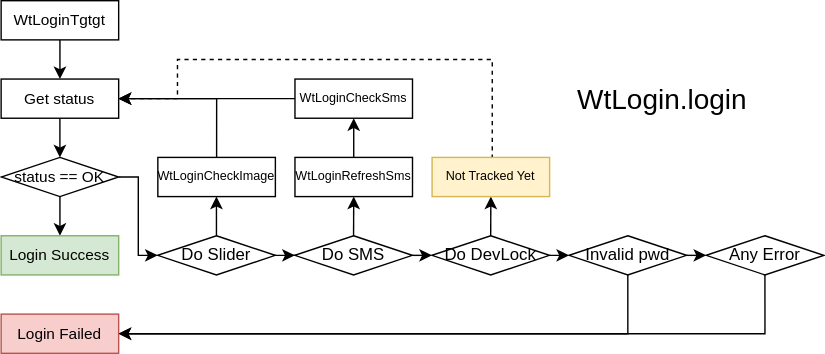
Earlier version of the draw.io export Blueprint/wtlogin.login.svg (KonataDev/Konata.Core). Source tidied: cells renumbered, new cells last; positions are measured from the earlier drawing's top-left corner, leaving out a move shared by most shapes. Its diagram source:
```xml
<mxGraphModel>
  <root>
    <mxCell id="0" />
    <mxCell id="1" parent="0" />
    <mxCell id="2" style="edgeStyle=orthogonalEdgeStyle;rounded=0;jettySize=auto;html=1;" parent="1" edge="1" source="3" target="10">
      <mxGeometry relative="1" as="geometry" />
    </mxCell>
    <mxCell id="3" value="WtLoginTgtgt" style="rounded=0;whiteSpace=wrap;html=1;fontSize=11;" parent="1" vertex="1">
      <mxGeometry width="84" height="28" as="geometry" />
    </mxCell>
    <mxCell id="4" style="edgeStyle=orthogonalEdgeStyle;rounded=0;jettySize=auto;html=1;exitX=0.5;exitY=0;exitDx=0;exitDy=0;entryX=1;entryY=0.5;entryDx=0;entryDy=0;fontSize=9;" parent="1" edge="1" source="5" target="10">
      <mxGeometry relative="1" as="geometry" />
    </mxCell>
    <mxCell id="5" value="WtLoginCheckImage" style="rounded=0;whiteSpace=wrap;html=1;fontSize=9;" parent="1" vertex="1">
      <mxGeometry x="112" y="112" width="84" height="28" as="geometry" />
    </mxCell>
    <mxCell id="6" style="edgeStyle=orthogonalEdgeStyle;rounded=0;jettySize=auto;html=1;" parent="1" edge="1" source="8" target="20">
      <mxGeometry relative="1" as="geometry" />
    </mxCell>
    <mxCell id="7" style="edgeStyle=orthogonalEdgeStyle;rounded=0;jettySize=auto;html=1;exitX=1;exitY=0.5;exitDx=0;exitDy=0;entryX=0;entryY=0.5;entryDx=0;entryDy=0;" parent="1" edge="1" source="8" target="13">
      <mxGeometry relative="1" as="geometry">
        <Array as="points">
          <mxPoint x="98" y="126" />
          <mxPoint x="98" y="182" />
        </Array>
      </mxGeometry>
    </mxCell>
    <mxCell id="8" value="status == OK" style="rhombus;whiteSpace=wrap;html=1;rounded=0;fontSize=11;" parent="1" vertex="1">
      <mxGeometry y="112" width="84" height="28" as="geometry" />
    </mxCell>
    <mxCell id="9" style="edgeStyle=orthogonalEdgeStyle;rounded=0;jettySize=auto;html=1;exitX=0.5;exitY=1;exitDx=0;exitDy=0;entryX=0.5;entryY=0;entryDx=0;entryDy=0;" parent="1" edge="1" source="10" target="8">
      <mxGeometry relative="1" as="geometry" />
    </mxCell>
    <mxCell id="10" value="Get status" style="rounded=0;whiteSpace=wrap;html=1;fontSize=11;" parent="1" vertex="1">
      <mxGeometry y="56" width="84" height="28" as="geometry" />
    </mxCell>
    <mxCell id="11" style="edgeStyle=orthogonalEdgeStyle;rounded=0;jettySize=auto;html=1;exitX=1;exitY=0.5;exitDx=0;exitDy=0;fontSize=11;" parent="1" edge="1" source="13" target="31">
      <mxGeometry relative="1" as="geometry" />
    </mxCell>
    <mxCell id="12" style="edgeStyle=orthogonalEdgeStyle;rounded=0;jettySize=auto;html=1;exitX=0.5;exitY=0;exitDx=0;exitDy=0;" parent="1" edge="1" source="13">
      <mxGeometry relative="1" as="geometry">
        <mxPoint x="153.9" y="140" as="targetPoint" />
      </mxGeometry>
    </mxCell>
    <mxCell id="13" value="Do Slider" style="rhombus;whiteSpace=wrap;html=1;rounded=0;" parent="1" vertex="1">
      <mxGeometry x="111.9" y="168" width="84" height="28" as="geometry" />
    </mxCell>
    <mxCell id="14" style="edgeStyle=orthogonalEdgeStyle;rounded=0;jettySize=auto;html=1;exitX=0.5;exitY=0;exitDx=0;exitDy=0;entryX=0.5;entryY=1;entryDx=0;entryDy=0;fontSize=9;" parent="1" edge="1" source="15" target="33">
      <mxGeometry relative="1" as="geometry" />
    </mxCell>
    <mxCell id="15" value="WtLoginRefreshSms" style="rounded=0;whiteSpace=wrap;html=1;fontSize=9;" parent="1" vertex="1">
      <mxGeometry x="210" y="112" width="84" height="28" as="geometry" />
    </mxCell>
    <mxCell id="16" style="edgeStyle=orthogonalEdgeStyle;rounded=0;jettySize=auto;html=1;entryX=1;entryY=0.5;entryDx=0;entryDy=0;fontSize=9;" parent="1" edge="1" source="33" target="10">
      <mxGeometry relative="1" as="geometry" />
    </mxCell>
    <mxCell id="17" style="edgeStyle=orthogonalEdgeStyle;rounded=0;jettySize=auto;html=1;fontSize=11;" parent="1" edge="1" source="19" target="28">
      <mxGeometry relative="1" as="geometry">
        <Array as="points">
          <mxPoint x="496.9" y="182" />
          <mxPoint x="496.9" y="182" />
        </Array>
      </mxGeometry>
    </mxCell>
    <mxCell id="18" style="edgeStyle=orthogonalEdgeStyle;rounded=0;jettySize=auto;html=1;exitX=0.5;exitY=1;exitDx=0;exitDy=0;entryX=1;entryY=0.5;entryDx=0;entryDy=0;" parent="1" edge="1" source="19" target="21">
      <mxGeometry relative="1" as="geometry" />
    </mxCell>
    <mxCell id="19" value="Invalid&amp;nbsp;pwd" style="rhombus;whiteSpace=wrap;html=1;rounded=0;" parent="1" vertex="1">
      <mxGeometry x="405.9" y="168" width="84" height="28" as="geometry" />
    </mxCell>
    <mxCell id="20" value="Login Success" style="rounded=0;whiteSpace=wrap;html=1;fillColor=#d5e8d4;strokeColor=#82b366;fontSize=11;" parent="1" vertex="1">
      <mxGeometry y="168" width="84" height="28" as="geometry" />
    </mxCell>
    <mxCell id="21" value="Login Failed" style="rounded=0;whiteSpace=wrap;html=1;fillColor=#f8cecc;strokeColor=#b85450;fontSize=11;" parent="1" vertex="1">
      <mxGeometry y="224" width="84" height="28" as="geometry" />
    </mxCell>
    <mxCell id="22" style="edgeStyle=orthogonalEdgeStyle;rounded=0;jettySize=auto;html=1;fontSize=11;" parent="1" edge="1" source="24" target="19">
      <mxGeometry relative="1" as="geometry">
        <Array as="points">
          <mxPoint x="391.9" y="182" />
          <mxPoint x="391.9" y="182" />
        </Array>
      </mxGeometry>
    </mxCell>
    <mxCell id="23" style="edgeStyle=orthogonalEdgeStyle;rounded=0;jettySize=auto;html=1;exitX=0.5;exitY=0;exitDx=0;exitDy=0;entryX=0.5;entryY=1;entryDx=0;entryDy=0;fontSize=9;" parent="1" edge="1" source="24" target="26">
      <mxGeometry relative="1" as="geometry" />
    </mxCell>
    <mxCell id="24" value="Do DevLock" style="rhombus;whiteSpace=wrap;html=1;rounded=0;" parent="1" vertex="1">
      <mxGeometry x="307.9" y="168" width="84" height="28" as="geometry" />
    </mxCell>
    <mxCell id="25" style="edgeStyle=orthogonalEdgeStyle;rounded=0;jettySize=auto;html=1;exitX=0.5;exitY=0;exitDx=0;exitDy=0;entryX=1;entryY=0.5;entryDx=0;entryDy=0;dashed=1;fontSize=9;" parent="1" edge="1" source="26" target="10">
      <mxGeometry relative="1" as="geometry">
        <Array as="points">
          <mxPoint x="351" y="112" />
          <mxPoint x="351" y="42" />
          <mxPoint x="126" y="42" />
          <mxPoint x="126" y="70" />
        </Array>
      </mxGeometry>
    </mxCell>
    <mxCell id="26" value="Not Tracked Yet" style="rounded=0;whiteSpace=wrap;html=1;fontSize=9;fillColor=#fff2cc;strokeColor=#d6b656;" parent="1" vertex="1">
      <mxGeometry x="308" y="112" width="84" height="28" as="geometry" />
    </mxCell>
    <mxCell id="27" style="edgeStyle=orthogonalEdgeStyle;rounded=0;jettySize=auto;html=1;exitX=0.5;exitY=1;exitDx=0;exitDy=0;entryX=1;entryY=0.5;entryDx=0;entryDy=0;" parent="1" edge="1" source="28" target="21">
      <mxGeometry relative="1" as="geometry" />
    </mxCell>
    <mxCell id="28" value="Any Error" style="rhombus;whiteSpace=wrap;html=1;rounded=0;" parent="1" vertex="1">
      <mxGeometry x="503.9" y="168" width="84" height="28" as="geometry" />
    </mxCell>
    <mxCell id="29" style="edgeStyle=orthogonalEdgeStyle;rounded=0;jettySize=auto;html=1;exitX=1;exitY=0.5;exitDx=0;exitDy=0;entryX=0;entryY=0.5;entryDx=0;entryDy=0;fontSize=11;" parent="1" edge="1" source="31" target="24">
      <mxGeometry relative="1" as="geometry" />
    </mxCell>
    <mxCell id="30" style="edgeStyle=orthogonalEdgeStyle;rounded=0;jettySize=auto;html=1;exitX=0.5;exitY=0;exitDx=0;exitDy=0;entryX=0.5;entryY=1;entryDx=0;entryDy=0;" parent="1" edge="1" source="31" target="15">
      <mxGeometry relative="1" as="geometry" />
    </mxCell>
    <mxCell id="31" value="Do SMS" style="rhombus;whiteSpace=wrap;html=1;rounded=0;" parent="1" vertex="1">
      <mxGeometry x="209.9" y="168" width="84" height="28" as="geometry" />
    </mxCell>
    <mxCell id="32" value="WtLogin.login&amp;nbsp;" style="text;html=1;strokeColor=none;fillColor=none;align=center;verticalAlign=middle;whiteSpace=wrap;rounded=0;fontSize=20;" parent="1" vertex="1">
      <mxGeometry x="391.9" y="56" width="167.1" height="28" as="geometry" />
    </mxCell>
    <mxCell id="33" value="WtLoginCheckSms" style="rounded=0;whiteSpace=wrap;html=1;fontSize=9;" parent="1" vertex="1">
      <mxGeometry x="210" y="56" width="84" height="28" as="geometry" />
    </mxCell>
  </root>
</mxGraphModel>
```
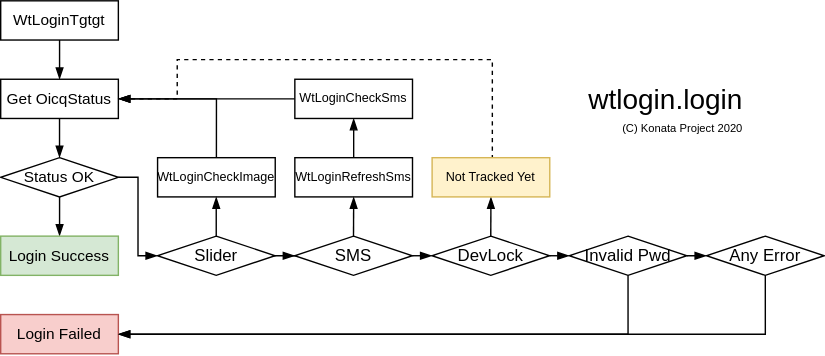
After the change.

Change to the diagram source:
```diff
@@ -2,22 +2,22 @@
   <root>
     <mxCell id="0" />
     <mxCell id="1" parent="0" />
-    <mxCell id="2" style="edgeStyle=orthogonalEdgeStyle;rounded=0;jettySize=auto;html=1;" parent="1" edge="1" source="3" target="10">
+    <mxCell id="2" style="edgeStyle=orthogonalEdgeStyle;rounded=0;jettySize=auto;html=1;endArrow=blockThin;endFill=1;" parent="1" edge="1" source="3" target="10">
       <mxGeometry relative="1" as="geometry" />
     </mxCell>
     <mxCell id="3" value="WtLoginTgtgt" style="rounded=0;whiteSpace=wrap;html=1;fontSize=11;" parent="1" vertex="1">
       <mxGeometry width="84" height="28" as="geometry" />
     </mxCell>
-    <mxCell id="4" style="edgeStyle=orthogonalEdgeStyle;rounded=0;jettySize=auto;html=1;exitX=0.5;exitY=0;exitDx=0;exitDy=0;entryX=1;entryY=0.5;entryDx=0;entryDy=0;fontSize=9;" parent="1" edge="1" source="5" target="10">
+    <mxCell id="4" style="edgeStyle=orthogonalEdgeStyle;rounded=0;jettySize=auto;html=1;exitX=0.5;exitY=0;exitDx=0;exitDy=0;entryX=1;entryY=0.5;entryDx=0;entryDy=0;fontSize=9;endArrow=blockThin;endFill=1;" parent="1" edge="1" source="5" target="10">
       <mxGeometry relative="1" as="geometry" />
     </mxCell>
     <mxCell id="5" value="WtLoginCheckImage" style="rounded=0;whiteSpace=wrap;html=1;fontSize=9;" parent="1" vertex="1">
       <mxGeometry x="112" y="112" width="84" height="28" as="geometry" />
     </mxCell>
-    <mxCell id="6" style="edgeStyle=orthogonalEdgeStyle;rounded=0;jettySize=auto;html=1;" parent="1" edge="1" source="8" target="20">
+    <mxCell id="6" style="edgeStyle=orthogonalEdgeStyle;rounded=0;jettySize=auto;html=1;endArrow=blockThin;endFill=1;" parent="1" edge="1" source="8" target="20">
       <mxGeometry relative="1" as="geometry" />
     </mxCell>
-    <mxCell id="7" style="edgeStyle=orthogonalEdgeStyle;rounded=0;jettySize=auto;html=1;exitX=1;exitY=0.5;exitDx=0;exitDy=0;entryX=0;entryY=0.5;entryDx=0;entryDy=0;" parent="1" edge="1" source="8" target="13">
+    <mxCell id="7" style="edgeStyle=orthogonalEdgeStyle;rounded=0;jettySize=auto;html=1;exitX=1;exitY=0.5;exitDx=0;exitDy=0;entryX=0;entryY=0.5;entryDx=0;entryDy=0;endArrow=blockThin;endFill=1;" parent="1" edge="1" source="8" target="13">
       <mxGeometry relative="1" as="geometry">
         <Array as="points">
           <mxPoint x="98" y="126" />
@@ -25,36 +25,36 @@
         </Array>
       </mxGeometry>
     </mxCell>
-    <mxCell id="8" value="status == OK" style="rhombus;whiteSpace=wrap;html=1;rounded=0;fontSize=11;" parent="1" vertex="1">
+    <mxCell id="8" value="Status OK" style="rhombus;whiteSpace=wrap;html=1;rounded=0;fontSize=11;" parent="1" vertex="1">
       <mxGeometry y="112" width="84" height="28" as="geometry" />
     </mxCell>
-    <mxCell id="9" style="edgeStyle=orthogonalEdgeStyle;rounded=0;jettySize=auto;html=1;exitX=0.5;exitY=1;exitDx=0;exitDy=0;entryX=0.5;entryY=0;entryDx=0;entryDy=0;" parent="1" edge="1" source="10" target="8">
+    <mxCell id="9" style="edgeStyle=orthogonalEdgeStyle;rounded=0;jettySize=auto;html=1;exitX=0.5;exitY=1;exitDx=0;exitDy=0;entryX=0.5;entryY=0;entryDx=0;entryDy=0;endArrow=blockThin;endFill=1;" parent="1" edge="1" source="10" target="8">
       <mxGeometry relative="1" as="geometry" />
     </mxCell>
-    <mxCell id="10" value="Get status" style="rounded=0;whiteSpace=wrap;html=1;fontSize=11;" parent="1" vertex="1">
+    <mxCell id="10" value="Get OicqStatus" style="rounded=0;whiteSpace=wrap;html=1;fontSize=11;" parent="1" vertex="1">
       <mxGeometry y="56" width="84" height="28" as="geometry" />
     </mxCell>
-    <mxCell id="11" style="edgeStyle=orthogonalEdgeStyle;rounded=0;jettySize=auto;html=1;exitX=1;exitY=0.5;exitDx=0;exitDy=0;fontSize=11;" parent="1" edge="1" source="13" target="31">
+    <mxCell id="11" style="edgeStyle=orthogonalEdgeStyle;rounded=0;jettySize=auto;html=1;exitX=1;exitY=0.5;exitDx=0;exitDy=0;fontSize=11;endArrow=blockThin;endFill=1;" parent="1" edge="1" source="13" target="31">
       <mxGeometry relative="1" as="geometry" />
     </mxCell>
-    <mxCell id="12" style="edgeStyle=orthogonalEdgeStyle;rounded=0;jettySize=auto;html=1;exitX=0.5;exitY=0;exitDx=0;exitDy=0;" parent="1" edge="1" source="13">
+    <mxCell id="12" style="edgeStyle=orthogonalEdgeStyle;rounded=0;jettySize=auto;html=1;exitX=0.5;exitY=0;exitDx=0;exitDy=0;endArrow=blockThin;endFill=1;" parent="1" edge="1" source="13">
       <mxGeometry relative="1" as="geometry">
         <mxPoint x="153.9" y="140" as="targetPoint" />
       </mxGeometry>
     </mxCell>
-    <mxCell id="13" value="Do Slider" style="rhombus;whiteSpace=wrap;html=1;rounded=0;" parent="1" vertex="1">
+    <mxCell id="13" value="Slider" style="rhombus;whiteSpace=wrap;html=1;rounded=0;" parent="1" vertex="1">
       <mxGeometry x="111.9" y="168" width="84" height="28" as="geometry" />
     </mxCell>
-    <mxCell id="14" style="edgeStyle=orthogonalEdgeStyle;rounded=0;jettySize=auto;html=1;exitX=0.5;exitY=0;exitDx=0;exitDy=0;entryX=0.5;entryY=1;entryDx=0;entryDy=0;fontSize=9;" parent="1" edge="1" source="15" target="33">
+    <mxCell id="14" style="edgeStyle=orthogonalEdgeStyle;rounded=0;jettySize=auto;html=1;exitX=0.5;exitY=0;exitDx=0;exitDy=0;entryX=0.5;entryY=1;entryDx=0;entryDy=0;fontSize=9;endArrow=blockThin;endFill=1;" parent="1" edge="1" source="15" target="33">
       <mxGeometry relative="1" as="geometry" />
     </mxCell>
     <mxCell id="15" value="WtLoginRefreshSms" style="rounded=0;whiteSpace=wrap;html=1;fontSize=9;" parent="1" vertex="1">
       <mxGeometry x="210" y="112" width="84" height="28" as="geometry" />
     </mxCell>
-    <mxCell id="16" style="edgeStyle=orthogonalEdgeStyle;rounded=0;jettySize=auto;html=1;entryX=1;entryY=0.5;entryDx=0;entryDy=0;fontSize=9;" parent="1" edge="1" source="33" target="10">
+    <mxCell id="16" style="edgeStyle=orthogonalEdgeStyle;rounded=0;jettySize=auto;html=1;entryX=1;entryY=0.5;entryDx=0;entryDy=0;fontSize=9;endArrow=blockThin;endFill=1;" parent="1" edge="1" source="33" target="10">
       <mxGeometry relative="1" as="geometry" />
     </mxCell>
-    <mxCell id="17" style="edgeStyle=orthogonalEdgeStyle;rounded=0;jettySize=auto;html=1;fontSize=11;" parent="1" edge="1" source="19" target="28">
+    <mxCell id="17" style="edgeStyle=orthogonalEdgeStyle;rounded=0;jettySize=auto;html=1;fontSize=11;endArrow=blockThin;endFill=1;" parent="1" edge="1" source="19" target="28">
       <mxGeometry relative="1" as="geometry">
         <Array as="points">
           <mxPoint x="496.9" y="182" />
@@ -62,10 +62,10 @@
         </Array>
       </mxGeometry>
     </mxCell>
-    <mxCell id="18" style="edgeStyle=orthogonalEdgeStyle;rounded=0;jettySize=auto;html=1;exitX=0.5;exitY=1;exitDx=0;exitDy=0;entryX=1;entryY=0.5;entryDx=0;entryDy=0;" parent="1" edge="1" source="19" target="21">
+    <mxCell id="18" style="edgeStyle=orthogonalEdgeStyle;rounded=0;jettySize=auto;html=1;exitX=0.5;exitY=1;exitDx=0;exitDy=0;entryX=1;entryY=0.5;entryDx=0;entryDy=0;endArrow=blockThin;endFill=1;" parent="1" edge="1" source="19" target="21">
       <mxGeometry relative="1" as="geometry" />
     </mxCell>
-    <mxCell id="19" value="Invalid&amp;nbsp;pwd" style="rhombus;whiteSpace=wrap;html=1;rounded=0;" parent="1" vertex="1">
+    <mxCell id="19" value="Invalid&amp;nbsp;Pwd" style="rhombus;whiteSpace=wrap;html=1;rounded=0;" parent="1" vertex="1">
       <mxGeometry x="405.9" y="168" width="84" height="28" as="geometry" />
     </mxCell>
     <mxCell id="20" value="Login Success" style="rounded=0;whiteSpace=wrap;html=1;fillColor=#d5e8d4;strokeColor=#82b366;fontSize=11;" parent="1" vertex="1">
@@ -74,7 +74,7 @@
     <mxCell id="21" value="Login Failed" style="rounded=0;whiteSpace=wrap;html=1;fillColor=#f8cecc;strokeColor=#b85450;fontSize=11;" parent="1" vertex="1">
       <mxGeometry y="224" width="84" height="28" as="geometry" />
     </mxCell>
-    <mxCell id="22" style="edgeStyle=orthogonalEdgeStyle;rounded=0;jettySize=auto;html=1;fontSize=11;" parent="1" edge="1" source="24" target="19">
+    <mxCell id="22" style="edgeStyle=orthogonalEdgeStyle;rounded=0;jettySize=auto;html=1;fontSize=11;endArrow=blockThin;endFill=1;" parent="1" edge="1" source="24" target="19">
       <mxGeometry relative="1" as="geometry">
         <Array as="points">
           <mxPoint x="391.9" y="182" />
@@ -82,13 +82,13 @@
         </Array>
       </mxGeometry>
     </mxCell>
-    <mxCell id="23" style="edgeStyle=orthogonalEdgeStyle;rounded=0;jettySize=auto;html=1;exitX=0.5;exitY=0;exitDx=0;exitDy=0;entryX=0.5;entryY=1;entryDx=0;entryDy=0;fontSize=9;" parent="1" edge="1" source="24" target="26">
+    <mxCell id="23" style="edgeStyle=orthogonalEdgeStyle;rounded=0;jettySize=auto;html=1;exitX=0.5;exitY=0;exitDx=0;exitDy=0;entryX=0.5;entryY=1;entryDx=0;entryDy=0;fontSize=9;endArrow=blockThin;endFill=1;" parent="1" edge="1" source="24" target="26">
       <mxGeometry relative="1" as="geometry" />
     </mxCell>
-    <mxCell id="24" value="Do DevLock" style="rhombus;whiteSpace=wrap;html=1;rounded=0;" parent="1" vertex="1">
+    <mxCell id="24" value="DevLock" style="rhombus;whiteSpace=wrap;html=1;rounded=0;" parent="1" vertex="1">
       <mxGeometry x="307.9" y="168" width="84" height="28" as="geometry" />
     </mxCell>
-    <mxCell id="25" style="edgeStyle=orthogonalEdgeStyle;rounded=0;jettySize=auto;html=1;exitX=0.5;exitY=0;exitDx=0;exitDy=0;entryX=1;entryY=0.5;entryDx=0;entryDy=0;dashed=1;fontSize=9;" parent="1" edge="1" source="26" target="10">
+    <mxCell id="25" style="edgeStyle=orthogonalEdgeStyle;rounded=0;jettySize=auto;html=1;exitX=0.5;exitY=0;exitDx=0;exitDy=0;entryX=1;entryY=0.5;entryDx=0;entryDy=0;dashed=1;fontSize=9;endArrow=blockThin;endFill=1;" parent="1" edge="1" source="26" target="10">
       <mxGeometry relative="1" as="geometry">
         <Array as="points">
           <mxPoint x="351" y="112" />
@@ -101,26 +101,29 @@
     <mxCell id="26" value="Not Tracked Yet" style="rounded=0;whiteSpace=wrap;html=1;fontSize=9;fillColor=#fff2cc;strokeColor=#d6b656;" parent="1" vertex="1">
       <mxGeometry x="308" y="112" width="84" height="28" as="geometry" />
     </mxCell>
-    <mxCell id="27" style="edgeStyle=orthogonalEdgeStyle;rounded=0;jettySize=auto;html=1;exitX=0.5;exitY=1;exitDx=0;exitDy=0;entryX=1;entryY=0.5;entryDx=0;entryDy=0;" parent="1" edge="1" source="28" target="21">
+    <mxCell id="27" style="edgeStyle=orthogonalEdgeStyle;rounded=0;jettySize=auto;html=1;exitX=0.5;exitY=1;exitDx=0;exitDy=0;entryX=1;entryY=0.5;entryDx=0;entryDy=0;endArrow=blockThin;endFill=1;" parent="1" edge="1" source="28" target="21">
       <mxGeometry relative="1" as="geometry" />
     </mxCell>
     <mxCell id="28" value="Any Error" style="rhombus;whiteSpace=wrap;html=1;rounded=0;" parent="1" vertex="1">
       <mxGeometry x="503.9" y="168" width="84" height="28" as="geometry" />
     </mxCell>
-    <mxCell id="29" style="edgeStyle=orthogonalEdgeStyle;rounded=0;jettySize=auto;html=1;exitX=1;exitY=0.5;exitDx=0;exitDy=0;entryX=0;entryY=0.5;entryDx=0;entryDy=0;fontSize=11;" parent="1" edge="1" source="31" target="24">
+    <mxCell id="29" style="edgeStyle=orthogonalEdgeStyle;rounded=0;jettySize=auto;html=1;exitX=1;exitY=0.5;exitDx=0;exitDy=0;entryX=0;entryY=0.5;entryDx=0;entryDy=0;fontSize=11;endArrow=blockThin;endFill=1;" parent="1" edge="1" source="31" target="24">
       <mxGeometry relative="1" as="geometry" />
     </mxCell>
-    <mxCell id="30" style="edgeStyle=orthogonalEdgeStyle;rounded=0;jettySize=auto;html=1;exitX=0.5;exitY=0;exitDx=0;exitDy=0;entryX=0.5;entryY=1;entryDx=0;entryDy=0;" parent="1" edge="1" source="31" target="15">
+    <mxCell id="30" style="edgeStyle=orthogonalEdgeStyle;rounded=0;jettySize=auto;html=1;exitX=0.5;exitY=0;exitDx=0;exitDy=0;entryX=0.5;entryY=1;entryDx=0;entryDy=0;endArrow=blockThin;endFill=1;" parent="1" edge="1" source="31" target="15">
       <mxGeometry relative="1" as="geometry" />
     </mxCell>
-    <mxCell id="31" value="Do SMS" style="rhombus;whiteSpace=wrap;html=1;rounded=0;" parent="1" vertex="1">
+    <mxCell id="31" value="SMS" style="rhombus;whiteSpace=wrap;html=1;rounded=0;" parent="1" vertex="1">
       <mxGeometry x="209.9" y="168" width="84" height="28" as="geometry" />
     </mxCell>
-    <mxCell id="32" value="WtLogin.login&amp;nbsp;" style="text;html=1;strokeColor=none;fillColor=none;align=center;verticalAlign=middle;whiteSpace=wrap;rounded=0;fontSize=20;" parent="1" vertex="1">
-      <mxGeometry x="391.9" y="56" width="167.1" height="28" as="geometry" />
+    <mxCell id="32" value="wtlogin.login" style="text;html=1;strokeColor=none;fillColor=none;align=right;verticalAlign=middle;whiteSpace=wrap;rounded=0;fontSize=20;" parent="1" vertex="1">
+      <mxGeometry x="391.9" y="56" width="140" height="28" as="geometry" />
     </mxCell>
     <mxCell id="33" value="WtLoginCheckSms" style="rounded=0;whiteSpace=wrap;html=1;fontSize=9;" parent="1" vertex="1">
       <mxGeometry x="210" y="56" width="84" height="28" as="geometry" />
     </mxCell>
+    <mxCell id="34" value="&lt;font style=&quot;font-size: 8px&quot;&gt;(C) Konata Project 2020&lt;/font&gt;" style="text;html=1;strokeColor=none;fillColor=none;align=right;verticalAlign=middle;whiteSpace=wrap;rounded=0;fontSize=8;fontStyle=0;" parent="1" vertex="1">
+      <mxGeometry x="419.9" y="84" width="112" height="13" as="geometry" />
+    </mxCell>
   </root>
 </mxGraphModel>
```
